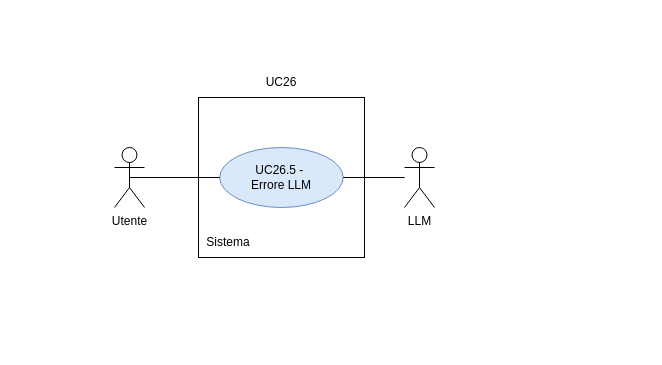
This is RTB/doc_esterna/analisi-dei-requisiti/assets/draw.io/UC26.5.drawio from thebitless-group-swe/thebitless.github.io, a draw.io file, before an edit. Source tidied: cells renumbered, new cells numbered last; positions are measured from the earlier drawing's top-left corner, leaving out a move shared by most shapes. Both pictures are drawn from the tidied source at 100%, with x=0, y=0 at pixel (114, 67).
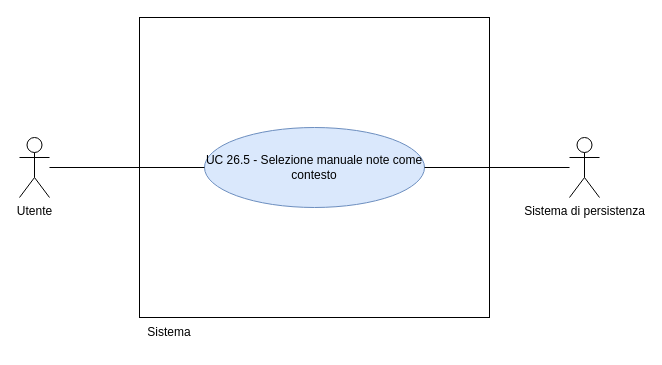
Above is the later version.

The edit, as a diff of the source:
```diff
@@
 <mxGraphModel>
   <root>
     <mxCell id="0" />
     <mxCell id="1" parent="0" />
-    <mxCell id="2" style="rounded=0;whiteSpace=wrap;html=1;" parent="1" vertex="1">
-      <mxGeometry x="84" y="30" width="166" height="160" as="geometry" />
-    </mxCell>
     <mxCell id="3" value="Utente" style="shape=umlActor;verticalLabelPosition=bottom;verticalAlign=top;html=1;outlineConnect=0;" parent="1" vertex="1">
-      <mxGeometry y="80" width="30" height="60" as="geometry" />
+      <mxGeometry x="-95" y="70" width="30" height="60" as="geometry" />
     </mxCell>
-    <mxCell id="4" value="UC26.5 -&amp;nbsp;&lt;div&gt;Errore LLM&lt;/div&gt;" style="ellipse;whiteSpace=wrap;html=1;fillColor=#dae8fc;strokeColor=#6c8ebf;" parent="1" vertex="1">
-      <mxGeometry x="105.2" y="80" width="123.5" height="60" as="geometry" />
-    </mxCell>
-    <mxCell id="5" style="endArrow=none;html=1;rounded=0;exitX=0.5;exitY=0.5;exitDx=0;exitDy=0;exitPerimeter=0;entryX=0;entryY=0.5;entryDx=0;entryDy=0;" parent="1" edge="1" source="3" target="4">
-      <mxGeometry relative="1" as="geometry" />
-    </mxCell>
-    <mxCell id="6" value="UC26" style="text;html=1;whiteSpace=wrap;strokeColor=none;fillColor=none;align=center;verticalAlign=middle;rounded=0;" parent="1" vertex="1">
-      <mxGeometry x="137" width="60" height="30" as="geometry" />
-    </mxCell>
-    <mxCell id="7" style="edgeStyle=orthogonalEdgeStyle;rounded=0;jettySize=auto;html=1;endArrow=none;endFill=0;" parent="1" edge="1" source="8" target="4">
-      <mxGeometry relative="1" as="geometry" />
-    </mxCell>
-    <mxCell id="8" value="LLM" style="shape=umlActor;verticalLabelPosition=bottom;verticalAlign=top;html=1;outlineConnect=0;" parent="1" vertex="1">
-      <mxGeometry x="290" y="80" width="30" height="60" as="geometry" />
-    </mxCell>
+    <mxCell id="10" value="Sistema di persistenza" style="shape=umlActor;verticalLabelPosition=bottom;verticalAlign=top;html=1;outlineConnect=0;" parent="1" vertex="1">
+      <mxGeometry x="455" y="70" width="30" height="60" as="geometry" />
+    </mxCell>
+    <mxCell id="11" style="whiteSpace=wrap;html=1;" parent="1" vertex="1">
+      <mxGeometry x="25" y="-50" width="350" height="300" as="geometry" />
+    </mxCell>
     <mxCell id="9" value="Sistema" style="text;html=1;whiteSpace=wrap;strokeColor=none;fillColor=none;align=center;verticalAlign=middle;rounded=0;" parent="1" vertex="1">
-      <mxGeometry x="84" y="160" width="60" height="30" as="geometry" />
+      <mxGeometry x="25" y="250" width="60" height="30" as="geometry" />
     </mxCell>
+    <mxCell id="12" value="UC 26.5 - Selezione manuale note come contesto" style="ellipse;whiteSpace=wrap;html=1;fillColor=#dae8fc;strokeColor=#6c8ebf;" parent="1" vertex="1">
+      <mxGeometry x="90" y="60" width="220" height="80" as="geometry" />
+    </mxCell>
+    <mxCell id="13" style="edgeStyle=none;rounded=0;jettySize=auto;html=1;endArrow=none;endFill=0;" parent="1" edge="1" source="3" target="12">
+      <mxGeometry relative="1" as="geometry" />
+    </mxCell>
+    <mxCell id="14" style="edgeStyle=none;rounded=0;jettySize=auto;html=1;endArrow=none;endFill=0;" parent="1" edge="1" source="10" target="12">
+      <mxGeometry relative="1" as="geometry" />
+    </mxCell>
   </root>
 </mxGraphModel>
```
